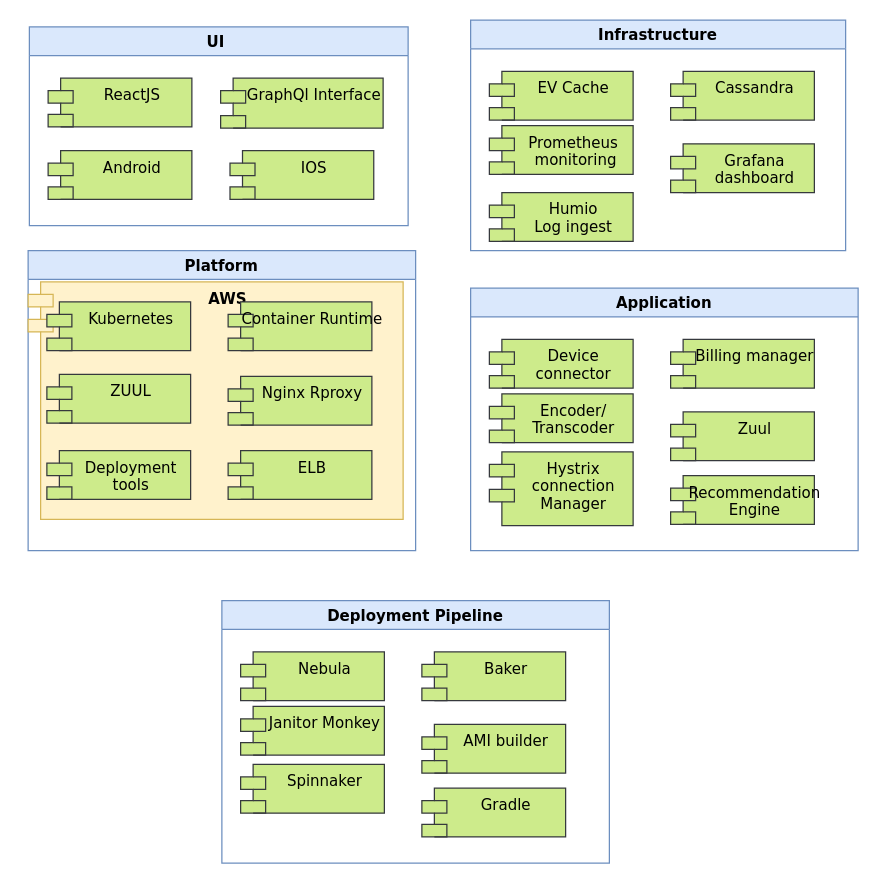
The draw.io diagram page "Page-9" (9 of 12) of SA assignment.drawio in Gajanana/FirstPhase, before the edit. Source tidied: cells renumbered, new cells numbered last; positions are measured from the earlier drawing's top-left corner, leaving out a move shared by most shapes. Both pictures are drawn from the tidied source at 125%, with x=0, y=0 at pixel (28, 20).
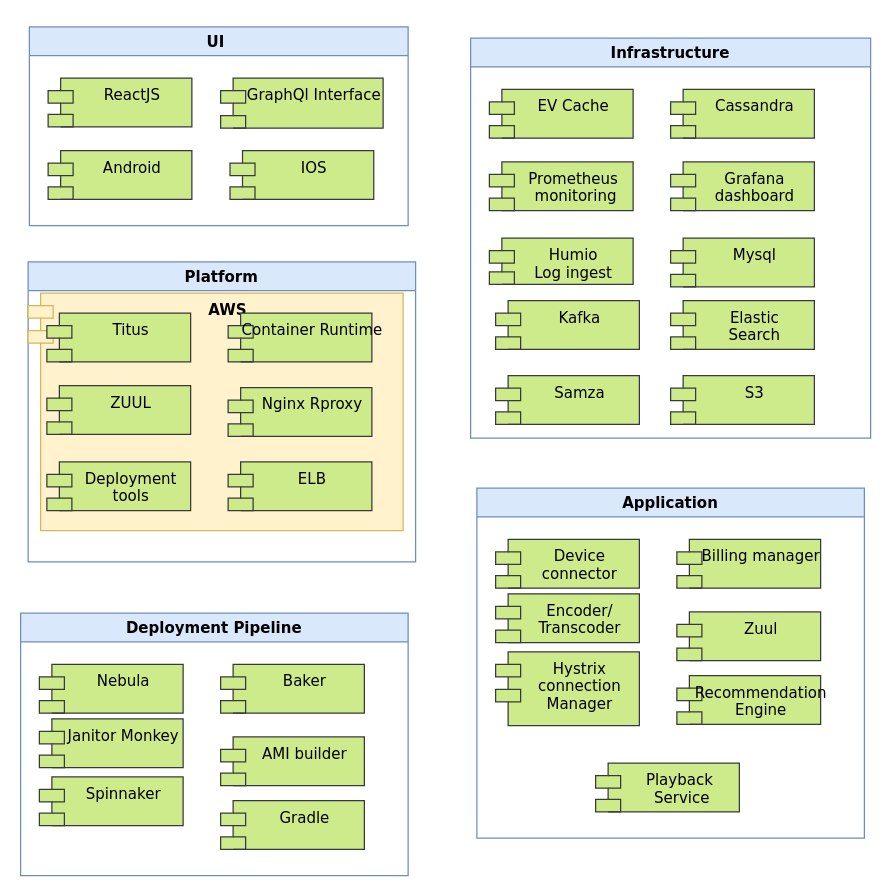
The same page after the edit.

What changed in the source:
```diff
@@
     <mxCell id="7" value="Platform" style="swimlane;fontFamily=Verdana;fillColor=#dae8fc;strokeColor=#6c8ebf;" parent="1" vertex="1">
-      <mxGeometry y="184" width="310" height="240" as="geometry" />
+      <mxGeometry y="193" width="310" height="240" as="geometry" />
     </mxCell>
@@
-    <mxCell id="9" value="Kubernetes" style="shape=module;align=left;spacingLeft=20;align=center;verticalAlign=top;fontFamily=Verdana;fillColor=#cdeb8b;strokeColor=#36393d;" parent="7" vertex="1">
+    <mxCell id="9" value="Titus" style="shape=module;align=left;spacingLeft=20;align=center;verticalAlign=top;fontFamily=Verdana;fillColor=#cdeb8b;strokeColor=#36393d;" parent="7" vertex="1">
       <mxGeometry x="15" y="41" width="115" height="39" as="geometry" />
     </mxCell>
@@
     <mxCell id="15" value="Infrastructure" style="swimlane;fontFamily=Verdana;fillColor=#dae8fc;strokeColor=#6c8ebf;" parent="1" vertex="1">
-      <mxGeometry x="354" y="-0.5" width="300" height="184.5" as="geometry" />
+      <mxGeometry x="354" y="14" width="320" height="320" as="geometry" />
     </mxCell>
@@
     <mxCell id="17" value="Prometheus&#10; monitoring" style="shape=module;align=left;spacingLeft=20;align=center;verticalAlign=top;fontFamily=Verdana;fillColor=#cdeb8b;strokeColor=#36393d;" parent="15" vertex="1">
-      <mxGeometry x="15" y="84.5" width="115" height="39" as="geometry" />
+      <mxGeometry x="15" y="99" width="115" height="39" as="geometry" />
     </mxCell>
@@
     <mxCell id="20" value="Humio &#10;Log ingest" style="shape=module;align=left;spacingLeft=20;align=center;verticalAlign=top;fontFamily=Verdana;fillColor=#cdeb8b;strokeColor=#36393d;" parent="15" vertex="1">
-      <mxGeometry x="15" y="138" width="115" height="39" as="geometry" />
+      <mxGeometry x="15" y="160" width="115" height="37" as="geometry" />
     </mxCell>
+    <mxCell id="35" value="Mysql" style="shape=module;align=left;spacingLeft=20;align=center;verticalAlign=top;fontFamily=Verdana;fillColor=#cdeb8b;strokeColor=#36393d;" parent="15" vertex="1">
+      <mxGeometry x="160" y="160" width="115" height="39" as="geometry" />
+    </mxCell>
+    <mxCell id="36" value="Kafka" style="shape=module;align=left;spacingLeft=20;align=center;verticalAlign=top;fontFamily=Verdana;fillColor=#cdeb8b;strokeColor=#36393d;" parent="15" vertex="1">
+      <mxGeometry x="20" y="210" width="115" height="39" as="geometry" />
+    </mxCell>
+    <mxCell id="37" value="Elastic &#10;Search" style="shape=module;align=left;spacingLeft=20;align=center;verticalAlign=top;fontFamily=Verdana;fillColor=#cdeb8b;strokeColor=#36393d;" parent="15" vertex="1">
+      <mxGeometry x="160" y="210" width="115" height="39" as="geometry" />
+    </mxCell>
+    <mxCell id="38" value="Samza" style="shape=module;align=left;spacingLeft=20;align=center;verticalAlign=top;fontFamily=Verdana;fillColor=#cdeb8b;strokeColor=#36393d;" parent="15" vertex="1">
+      <mxGeometry x="20" y="270" width="115" height="39" as="geometry" />
+    </mxCell>
+    <mxCell id="39" value="S3" style="shape=module;align=left;spacingLeft=20;align=center;verticalAlign=top;fontFamily=Verdana;fillColor=#cdeb8b;strokeColor=#36393d;" parent="15" vertex="1">
+      <mxGeometry x="160" y="270" width="115" height="39" as="geometry" />
+    </mxCell>
     <mxCell id="21" value="Application" style="swimlane;fontFamily=Verdana;fillColor=#dae8fc;strokeColor=#6c8ebf;" parent="1" vertex="1">
-      <mxGeometry x="354" y="214" width="310" height="210" as="geometry" />
+      <mxGeometry x="359" y="374" width="310" height="280" as="geometry" />
     </mxCell>
@@
+    <mxCell id="40" value="Playback&#10; Service" style="shape=module;align=left;spacingLeft=20;align=center;verticalAlign=top;fontFamily=Verdana;fillColor=#cdeb8b;strokeColor=#36393d;" parent="21" vertex="1">
+      <mxGeometry x="95" y="220" width="115" height="39" as="geometry" />
+    </mxCell>
     <mxCell id="28" value="Deployment Pipeline" style="swimlane;fontFamily=Verdana;fillColor=#dae8fc;strokeColor=#6c8ebf;" parent="1" vertex="1">
-      <mxGeometry x="155" y="464" width="310" height="210" as="geometry" />
+      <mxGeometry x="-6" y="474" width="310" height="210" as="geometry" />
     </mxCell>
```
